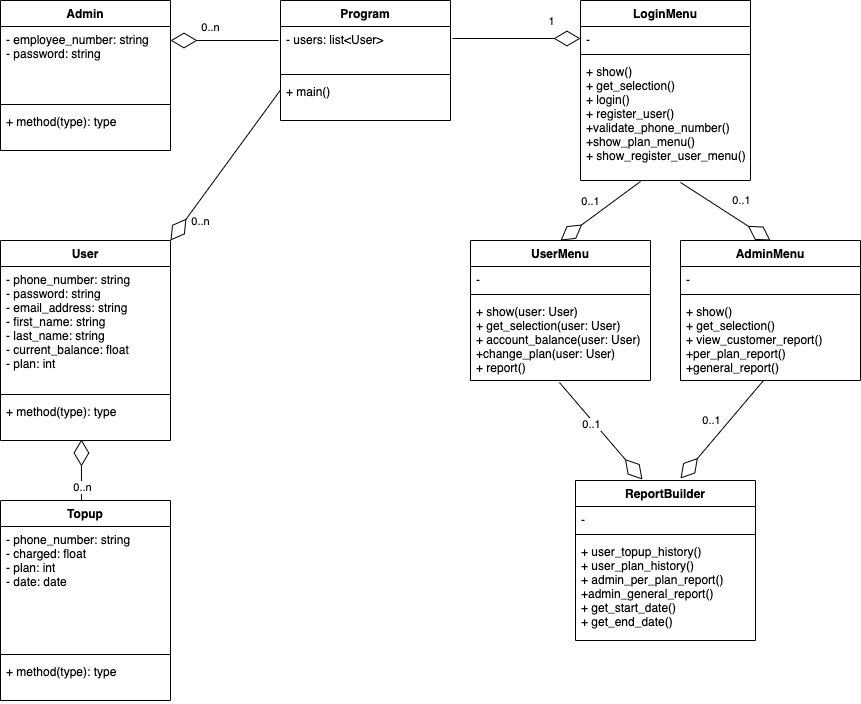
This is object_oriented/class_diagram.drawio.png from miyazakimaiko/Credit-Purchase-App, a draw.io export, as it was before one commit. Source tidied: cells renumbered, new cells last; positions are measured from the earlier drawing's top-left corner, leaving out a move shared by most shapes.
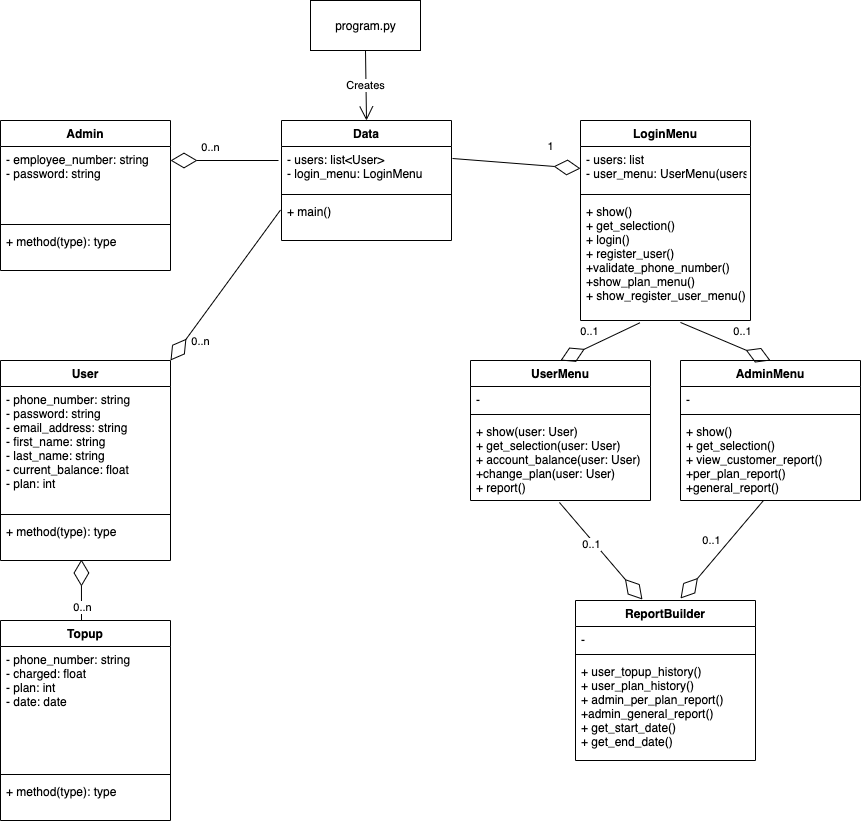
Later version of the same file.

Commit message:
Changed Program class to just a file

What changed in the source:
```diff
@@ -26,10 +26,10 @@
     <mxCell id="9" value="+ method(type): type" style="text;strokeColor=none;fillColor=none;align=left;verticalAlign=top;spacingLeft=4;spacingRight=4;overflow=hidden;points=[[0,0.5],[1,0.5]];portConstraint=eastwest;" parent="6" vertex="1">
       <mxGeometry y="158" width="170" height="42" as="geometry" />
     </mxCell>
-    <mxCell id="10" value="Program" style="swimlane;fontStyle=1;align=center;verticalAlign=top;horizontal=1;startSize=26;" parent="1" vertex="1">
-      <mxGeometry x="280" width="170" height="120" as="geometry" />
+    <mxCell id="10" value="Data" style="swimlane;fontStyle=1;align=center;verticalAlign=top;horizontal=1;startSize=26;" parent="1" vertex="1">
+      <mxGeometry x="281" width="170" height="120" as="geometry" />
     </mxCell>
-    <mxCell id="11" value="- users: list&lt;User&gt;" style="text;strokeColor=none;fillColor=none;align=left;verticalAlign=top;spacingLeft=4;spacingRight=4;overflow=hidden;" parent="10" vertex="1">
+    <mxCell id="11" value="- users: list&lt;User&gt;&#10;- login_menu: LoginMenu" style="text;strokeColor=none;fillColor=none;align=left;verticalAlign=top;spacingLeft=4;spacingRight=4;overflow=hidden;" parent="10" vertex="1">
       <mxGeometry y="26" width="170" height="44" as="geometry" />
     </mxCell>
     <mxCell id="12" style="line;strokeWidth=1;fillColor=none;align=left;verticalAlign=middle;spacingTop=-1;spacingLeft=3;spacingRight=3;labelPosition=right;" parent="10" vertex="1">
@@ -39,16 +39,16 @@
       <mxGeometry y="78" width="170" height="42" as="geometry" />
     </mxCell>
     <mxCell id="14" value="LoginMenu" style="swimlane;fontStyle=1;align=center;verticalAlign=top;horizontal=1;startSize=26;" parent="1" vertex="1">
-      <mxGeometry x="580" width="170" height="180" as="geometry" />
+      <mxGeometry x="580" width="170" height="200" as="geometry" />
     </mxCell>
-    <mxCell id="15" value="-" style="text;strokeColor=none;fillColor=none;align=left;verticalAlign=top;spacingLeft=4;spacingRight=4;overflow=hidden;points=[[0,0.5],[1,0.5]];portConstraint=eastwest;" parent="14" vertex="1">
-      <mxGeometry y="26" width="170" height="24" as="geometry" />
+    <mxCell id="15" value="- users: list&#10;- user_menu: UserMenu(users)" style="text;strokeColor=none;fillColor=none;align=left;verticalAlign=top;spacingLeft=4;spacingRight=4;overflow=hidden;points=[[0,0.5],[1,0.5]];portConstraint=eastwest;" parent="14" vertex="1">
+      <mxGeometry y="26" width="170" height="44" as="geometry" />
     </mxCell>
     <mxCell id="16" style="line;strokeWidth=1;fillColor=none;align=left;verticalAlign=middle;spacingTop=-1;spacingLeft=3;spacingRight=3;labelPosition=right;" parent="14" vertex="1">
-      <mxGeometry y="50" width="170" height="8" as="geometry" />
+      <mxGeometry y="70" width="170" height="8" as="geometry" />
     </mxCell>
     <mxCell id="17" value="+ show()&#10;+ get_selection()&#10;+ login()&#10;+ register_user()&#10;+validate_phone_number()&#10;+show_plan_menu()&#10;+ show_register_user_menu()" style="text;strokeColor=none;fillColor=none;align=left;verticalAlign=top;spacingLeft=4;spacingRight=4;overflow=hidden;points=[[0,0.5],[1,0.5]];portConstraint=eastwest;" parent="14" vertex="1">
-      <mxGeometry y="58" width="170" height="122" as="geometry" />
+      <mxGeometry y="78" width="170" height="122" as="geometry" />
     </mxCell>
     <mxCell id="18" value="UserMenu" style="swimlane;fontStyle=1;align=center;verticalAlign=top;horizontal=1;startSize=26;" parent="1" vertex="1">
       <mxGeometry x="470" y="240" width="180" height="140" as="geometry" />
@@ -137,10 +137,8 @@
         <mxPoint x="33" y="-20" as="offset" />
       </mxGeometry>
     </mxCell>
-    <mxCell id="42" style="endArrow=diamondThin;endFill=0;endSize=24;html=1;entryX=0.5;entryY=0;entryDx=0;entryDy=0;" parent="1" edge="1" target="18">
-      <mxGeometry relative="1" as="geometry">
-        <mxPoint x="640" y="181" as="sourcePoint" />
-      </mxGeometry>
+    <mxCell id="42" style="endArrow=diamondThin;endFill=0;endSize=24;html=1;entryX=0.5;entryY=0;entryDx=0;entryDy=0;exitX=0.349;exitY=1.019;exitDx=0;exitDy=0;exitPerimeter=0;" parent="1" edge="1" source="17" target="18">
+      <mxGeometry relative="1" as="geometry" />
     </mxCell>
     <mxCell id="43" value="0..1" style="edgeLabel;html=1;align=center;verticalAlign=middle;" parent="42" vertex="1">
       <mxGeometry x="0.02" y="-2" relative="1" as="geometry">
@@ -173,5 +171,11 @@
         <mxPoint x="-9" y="-9" as="offset" />
       </mxGeometry>
     </mxCell>
+    <mxCell id="50" value="program.py" style="html=1;" parent="1" vertex="1">
+      <mxGeometry x="310" y="-120" width="110" height="50" as="geometry" />
+    </mxCell>
+    <mxCell id="51" value="Creates" style="endArrow=open;endFill=1;endSize=12;html=1;exitX=0.5;exitY=1;exitDx=0;exitDy=0;entryX=0.5;entryY=0;entryDx=0;entryDy=0;" parent="1" edge="1" source="50" target="10">
+      <mxGeometry relative="1" as="geometry" />
+    </mxCell>
   </root>
 </mxGraphModel>
```
